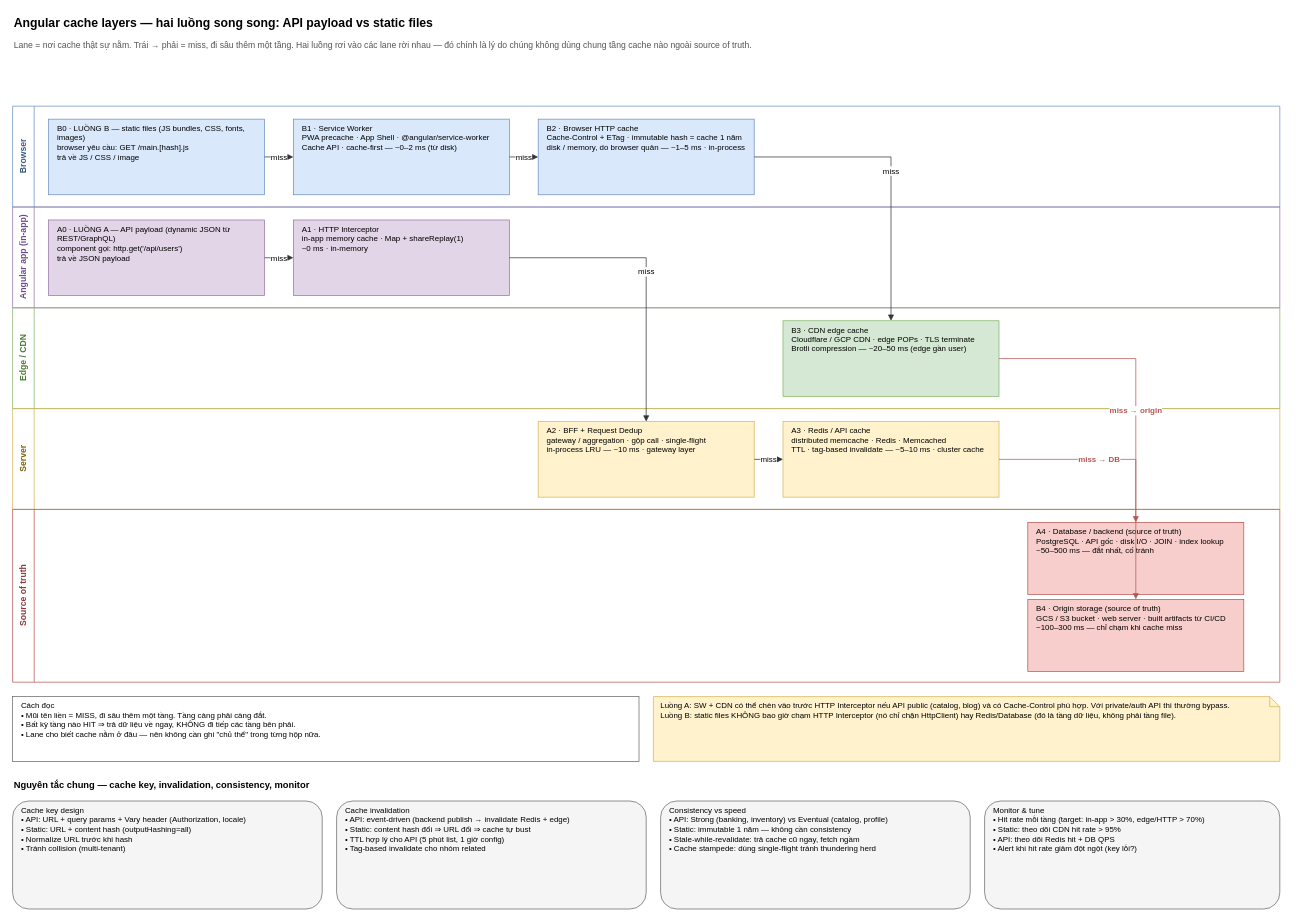
Above: angular-api-cache-layers.drawio in ntrong2009/diagrams (draw.io), before the change. Source tidied: cells renumbered, new cells numbered last; positions are measured from the earlier drawing's top-left corner, leaving out a move shared by most shapes. Both pictures are drawn from the tidied source at 72%, with x=0, y=0 at pixel (12, 12).
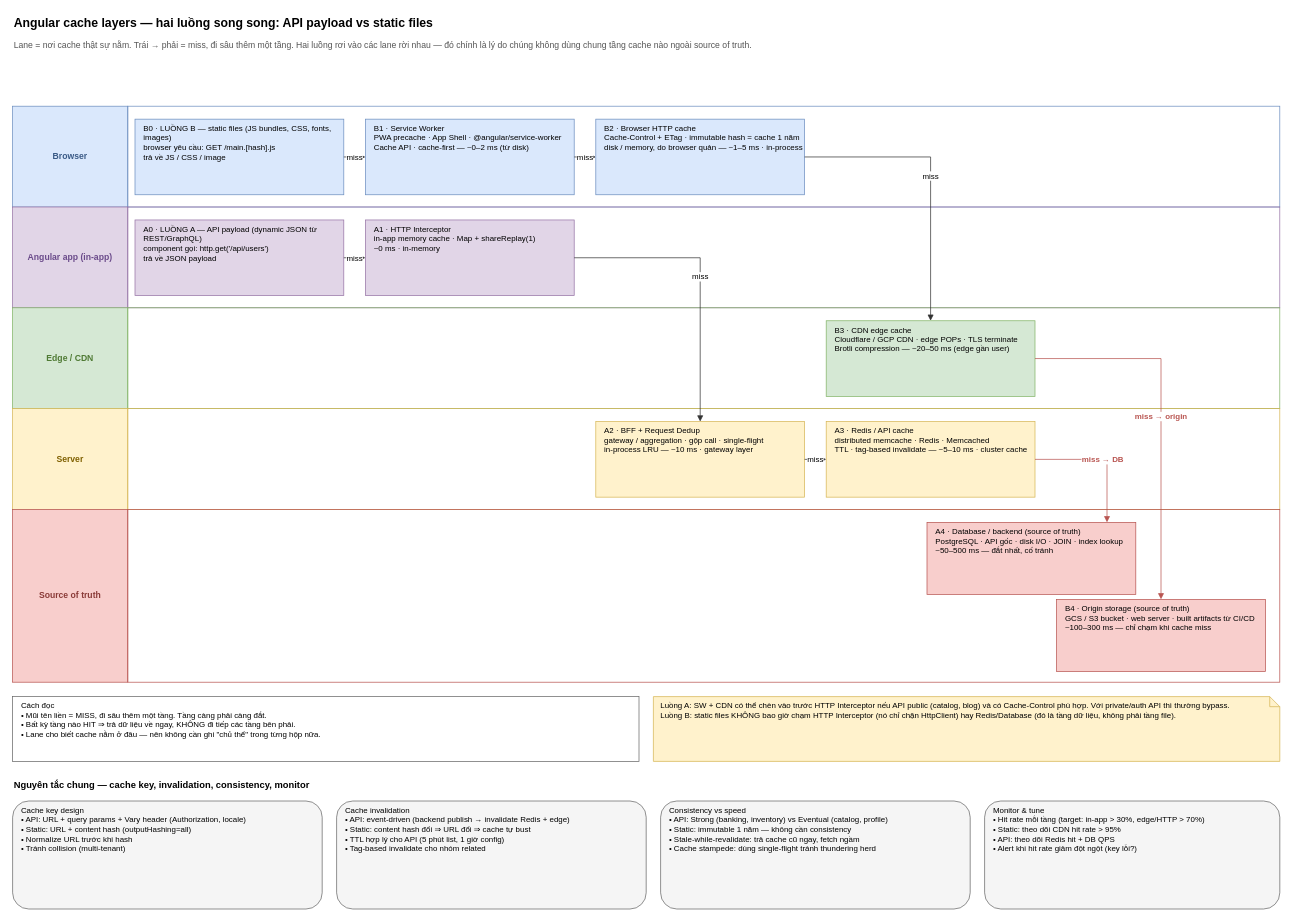
The same diagram, later.

What changed in the source:
```diff
@@
+    <mxCell id="34" value="Browser" style="rounded=0;whiteSpace=wrap;html=1;fillColor=#dae8fc;strokeColor=#6c8ebf;fontStyle=1;fontSize=12;fontColor=#3a5a86;verticalAlign=middle;align=center;" parent="1" vertex="1">
+      <mxGeometry y="130" width="160" height="140" as="geometry" />
+    </mxCell>
-    <mxCell id="4" value="Browser" style="swimlane;html=1;startSize=30;horizontal=0;fillColor=none;strokeColor=#6c8ebf;fontStyle=1;fontSize=12;fontColor=#3a5a86;" parent="1" vertex="1">
-      <mxGeometry y="130" width="1760" height="140" as="geometry" />
+    <mxCell id="4" style="rounded=0;whiteSpace=wrap;html=1;fillColor=none;strokeColor=#6c8ebf;" parent="1" vertex="1">
+      <mxGeometry x="160" y="130" width="1600" height="140" as="geometry" />
     </mxCell>
+    <mxCell id="35" value="Angular app (in-app)" style="rounded=0;whiteSpace=wrap;html=1;fillColor=#e1d5e7;strokeColor=#9673a6;fontStyle=1;fontSize=12;fontColor=#6a4a8a;verticalAlign=middle;align=center;" parent="1" vertex="1">
+      <mxGeometry y="270" width="160" height="140" as="geometry" />
+    </mxCell>
-    <mxCell id="5" value="Angular app (in-app)" style="swimlane;html=1;startSize=30;horizontal=0;fillColor=none;strokeColor=#9673a6;fontStyle=1;fontSize=12;fontColor=#6a4a8a;" parent="1" vertex="1">
-      <mxGeometry y="270" width="1760" height="140" as="geometry" />
+    <mxCell id="5" style="rounded=0;whiteSpace=wrap;html=1;fillColor=none;strokeColor=#9673a6;" parent="1" vertex="1">
+      <mxGeometry x="160" y="270" width="1600" height="140" as="geometry" />
     </mxCell>
+    <mxCell id="36" value="Edge / CDN" style="rounded=0;whiteSpace=wrap;html=1;fillColor=#d5e8d4;strokeColor=#82b366;fontStyle=1;fontSize=12;fontColor=#4f7a34;verticalAlign=middle;align=center;" parent="1" vertex="1">
+      <mxGeometry y="410" width="160" height="140" as="geometry" />
+    </mxCell>
-    <mxCell id="6" value="Edge / CDN" style="swimlane;html=1;startSize=30;horizontal=0;fillColor=none;strokeColor=#82b366;fontStyle=1;fontSize=12;fontColor=#4f7a34;" parent="1" vertex="1">
-      <mxGeometry y="410" width="1760" height="140" as="geometry" />
+    <mxCell id="6" style="rounded=0;whiteSpace=wrap;html=1;fillColor=none;strokeColor=#82b366;" parent="1" vertex="1">
+      <mxGeometry x="160" y="410" width="1600" height="140" as="geometry" />
     </mxCell>
+    <mxCell id="37" value="Server" style="rounded=0;whiteSpace=wrap;html=1;fillColor=#fff2cc;strokeColor=#d6b656;fontStyle=1;fontSize=12;fontColor=#7f6000;verticalAlign=middle;align=center;" parent="1" vertex="1">
+      <mxGeometry y="550" width="160" height="140" as="geometry" />
+    </mxCell>
-    <mxCell id="7" value="Server" style="swimlane;html=1;startSize=30;horizontal=0;fillColor=none;strokeColor=#d6b656;fontStyle=1;fontSize=12;fontColor=#7f6000;" parent="1" vertex="1">
-      <mxGeometry y="550" width="1760" height="140" as="geometry" />
+    <mxCell id="7" style="rounded=0;whiteSpace=wrap;html=1;fillColor=none;strokeColor=#d6b656;" parent="1" vertex="1">
+      <mxGeometry x="160" y="550" width="1600" height="140" as="geometry" />
     </mxCell>
+    <mxCell id="38" value="Source of truth" style="rounded=0;whiteSpace=wrap;html=1;fillColor=#f8cecc;strokeColor=#b85450;fontStyle=1;fontSize=12;fontColor=#8a3b38;verticalAlign=middle;align=center;" parent="1" vertex="1">
+      <mxGeometry y="690" width="160" height="240" as="geometry" />
+    </mxCell>
-    <mxCell id="8" value="Source of truth" style="swimlane;html=1;startSize=30;horizontal=0;fillColor=none;strokeColor=#b85450;fontStyle=1;fontSize=12;fontColor=#8a3b38;" parent="1" vertex="1">
-      <mxGeometry y="690" width="1760" height="240" as="geometry" />
+    <mxCell id="8" style="rounded=0;whiteSpace=wrap;html=1;fillColor=none;strokeColor=#b85450;" parent="1" vertex="1">
+      <mxGeometry x="160" y="690" width="1600" height="240" as="geometry" />
     </mxCell>
     <mxCell id="9" value="B0 · LUỒNG B — static files (JS bundles, CSS, fonts, images)&#10;browser yêu cầu: GET /main.[hash].js&#10;trả về JS / CSS / image" style="rounded=0;whiteSpace=wrap;html=1;fillColor=#dae8fc;strokeColor=#6c8ebf;align=left;spacingLeft=10;verticalAlign=top;fontSize=11;" parent="1" vertex="1">
-      <mxGeometry x="50" y="148" width="300" height="105" as="geometry" />
+      <mxGeometry x="170" y="148" width="290" height="105" as="geometry" />
     </mxCell>
     <mxCell id="10" value="B1 · Service Worker&#10;PWA precache · App Shell · @angular/service-worker&#10;Cache API · cache-first — ~0–2 ms (từ disk)" style="rounded=0;whiteSpace=wrap;html=1;fillColor=#dae8fc;strokeColor=#6c8ebf;align=left;spacingLeft=10;verticalAlign=top;fontSize=11;" parent="1" vertex="1">
-      <mxGeometry x="390" y="148" width="300" height="105" as="geometry" />
+      <mxGeometry x="490" y="148" width="290" height="105" as="geometry" />
     </mxCell>
     <mxCell id="11" value="B2 · Browser HTTP cache&#10;Cache-Control + ETag · immutable hash = cache 1 năm&#10;disk / memory, do browser quản — ~1–5 ms · in-process" style="rounded=0;whiteSpace=wrap;html=1;fillColor=#dae8fc;strokeColor=#6c8ebf;align=left;spacingLeft=10;verticalAlign=top;fontSize=11;" parent="1" vertex="1">
-      <mxGeometry x="730" y="148" width="300" height="105" as="geometry" />
+      <mxGeometry x="810" y="148" width="290" height="105" as="geometry" />
     </mxCell>
     <mxCell id="12" value="B3 · CDN edge cache&#10;Cloudflare / GCP CDN · edge POPs · TLS terminate&#10;Brotli compression — ~20–50 ms (edge gần user)" style="rounded=0;whiteSpace=wrap;html=1;fillColor=#d5e8d4;strokeColor=#82b366;align=left;spacingLeft=10;verticalAlign=top;fontSize=11;" parent="1" vertex="1">
-      <mxGeometry x="1070" y="428" width="300" height="105" as="geometry" />
+      <mxGeometry x="1130" y="428" width="290" height="105" as="geometry" />
     </mxCell>
     <mxCell id="13" value="B4 · Origin storage (source of truth)&#10;GCS / S3 bucket · web server · built artifacts từ CI/CD&#10;~100–300 ms — chỉ chạm khi cache miss" style="rounded=0;whiteSpace=wrap;html=1;fillColor=#f8cecc;strokeColor=#b85450;align=left;spacingLeft=10;verticalAlign=top;fontSize=11;" parent="1" vertex="1">
-      <mxGeometry x="1410" y="815" width="300" height="100" as="geometry" />
+      <mxGeometry x="1450" y="815" width="290" height="100" as="geometry" />
     </mxCell>
     <mxCell id="14" value="A0 · LUỒNG A — API payload (dynamic JSON từ REST/GraphQL)&#10;component gọi: http.get('/api/users')&#10;trả về JSON payload" style="rounded=0;whiteSpace=wrap;html=1;fillColor=#e1d5e7;strokeColor=#9673a6;align=left;spacingLeft=10;verticalAlign=top;fontSize=11;" parent="1" vertex="1">
-      <mxGeometry x="50" y="288" width="300" height="105" as="geometry" />
+      <mxGeometry x="170" y="288" width="290" height="105" as="geometry" />
     </mxCell>
     <mxCell id="15" value="A1 · HTTP Interceptor&#10;in-app memory cache · Map + shareReplay(1)&#10;~0 ms · in-memory" style="rounded=0;whiteSpace=wrap;html=1;fillColor=#e1d5e7;strokeColor=#9673a6;align=left;spacingLeft=10;verticalAlign=top;fontSize=11;" parent="1" vertex="1">
-      <mxGeometry x="390" y="288" width="300" height="105" as="geometry" />
+      <mxGeometry x="490" y="288" width="290" height="105" as="geometry" />
     </mxCell>
     <mxCell id="16" value="A2 · BFF + Request Dedup&#10;gateway / aggregation · gộp call · single-flight&#10;in-process LRU — ~10 ms · gateway layer" style="rounded=0;whiteSpace=wrap;html=1;fillColor=#fff2cc;strokeColor=#d6b656;align=left;spacingLeft=10;verticalAlign=top;fontSize=11;" parent="1" vertex="1">
-      <mxGeometry x="730" y="568" width="300" height="105" as="geometry" />
+      <mxGeometry x="810" y="568" width="290" height="105" as="geometry" />
     </mxCell>
     <mxCell id="17" value="A3 · Redis / API cache&#10;distributed memcache · Redis · Memcached&#10;TTL · tag-based invalidate — ~5–10 ms · cluster cache" style="rounded=0;whiteSpace=wrap;html=1;fillColor=#fff2cc;strokeColor=#d6b656;align=left;spacingLeft=10;verticalAlign=top;fontSize=11;" parent="1" vertex="1">
-      <mxGeometry x="1070" y="568" width="300" height="105" as="geometry" />
+      <mxGeometry x="1130" y="568" width="290" height="105" as="geometry" />
     </mxCell>
     <mxCell id="18" value="A4 · Database / backend (source of truth)&#10;PostgreSQL · API gốc · disk I/O · JOIN · index lookup&#10;~50–500 ms — đắt nhất, cố tránh" style="rounded=0;whiteSpace=wrap;html=1;fillColor=#f8cecc;strokeColor=#b85450;align=left;spacingLeft=10;verticalAlign=top;fontSize=11;" parent="1" vertex="1">
-      <mxGeometry x="1410" y="708" width="300" height="100" as="geometry" />
+      <mxGeometry x="1270" y="708" width="290" height="100" as="geometry" />
     </mxCell>
@@
     <mxCell id="26" value="miss → DB" style="edgeStyle=orthogonalEdgeStyle;rounded=0;html=1;endArrow=block;endFill=1;fontSize=11;strokeColor=#b85450;fontColor=#b85450;fontStyle=1;" parent="1" edge="1" source="17" target="18">
-      <mxGeometry relative="1" as="geometry" />
+      <mxGeometry relative="1" as="geometry">
+        <Array as="points">
+          <mxPoint x="1520" y="621" />
+        </Array>
+      </mxGeometry>
     </mxCell>
```
